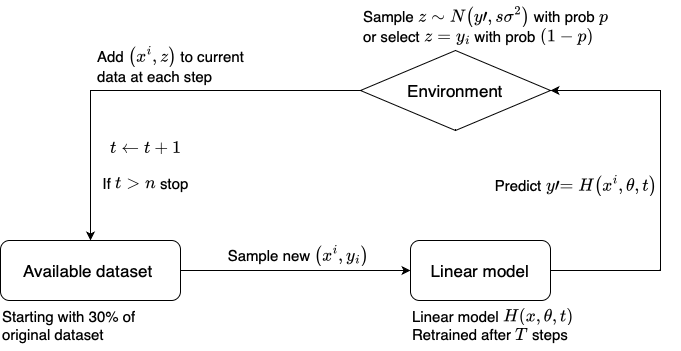
intsystems/Veprikov-BS-Thesis keeps this draw.io diagram as paper/M1P_Vepricov/pictures/Hidden_loop.png. Above is the earlier version. Source tidied: cells renumbered, new cells last; positions are measured from the earlier drawing's top-left corner, leaving out a move shared by most shapes. Its diagram source:
```xml
<mxGraphModel math="1">
  <root>
    <mxCell id="0" />
    <mxCell id="1" parent="0" />
    <mxCell id="2" style="edgeStyle=orthogonalEdgeStyle;rounded=0;jettySize=auto;html=1;exitX=1;exitY=0.5;exitDx=0;exitDy=0;entryX=0;entryY=0.5;entryDx=0;entryDy=0;" parent="1" edge="1" source="3" target="7">
      <mxGeometry relative="1" as="geometry" />
    </mxCell>
    <mxCell id="3" value="&lt;font style=&quot;font-size: 17px;&quot;&gt;Available dataset&amp;nbsp;&lt;/font&gt;" style="rounded=1;whiteSpace=wrap;html=1;" parent="1" vertex="1">
      <mxGeometry y="240" width="180" height="60" as="geometry" />
    </mxCell>
    <mxCell id="4" value="&lt;font style=&quot;font-size: 15px;&quot;&gt;Starting with 30% of&lt;br&gt;original dataset&lt;/font&gt;" style="text;html=1;align=left;verticalAlign=middle;strokeColor=none;fillColor=none;" parent="1" vertex="1">
      <mxGeometry y="300" width="160" height="50" as="geometry" />
    </mxCell>
    <mxCell id="5" value="&lt;font style=&quot;font-size: 15px;&quot;&gt;Sample new `(x^i, y_i)`&amp;nbsp;&lt;/font&gt;" style="text;html=1;align=center;verticalAlign=middle;strokeColor=none;fillColor=none;" parent="1" vertex="1">
      <mxGeometry x="210" y="240" width="180" height="30" as="geometry" />
    </mxCell>
    <mxCell id="6" style="edgeStyle=orthogonalEdgeStyle;rounded=0;jettySize=auto;html=1;exitX=1;exitY=0.5;exitDx=0;exitDy=0;entryX=1;entryY=0.5;entryDx=0;entryDy=0;" parent="1" edge="1" source="7" target="10">
      <mxGeometry relative="1" as="geometry">
        <Array as="points">
          <mxPoint x="660" y="270" />
          <mxPoint x="660" y="90" />
        </Array>
      </mxGeometry>
    </mxCell>
    <mxCell id="7" value="&lt;font style=&quot;font-size: 17px;&quot;&gt;Linear model&lt;/font&gt;" style="rounded=1;whiteSpace=wrap;html=1;" parent="1" vertex="1">
      <mxGeometry x="410" y="240" width="140" height="60" as="geometry" />
    </mxCell>
    <mxCell id="8" value="&lt;font style=&quot;font-size: 15px;&quot;&gt;Predict `y' = H(x^i, \theta, t)`&lt;br&gt;&lt;/font&gt;" style="text;html=1;align=center;verticalAlign=middle;strokeColor=none;fillColor=none;" parent="1" vertex="1">
      <mxGeometry x="470" y="170" width="210" height="30" as="geometry" />
    </mxCell>
    <mxCell id="9" style="edgeStyle=orthogonalEdgeStyle;rounded=0;jettySize=auto;html=1;exitX=0;exitY=0.5;exitDx=0;exitDy=0;" parent="1" edge="1" source="10">
      <mxGeometry relative="1" as="geometry">
        <mxPoint x="90" y="240" as="targetPoint" />
        <Array as="points">
          <mxPoint x="90" y="90" />
          <mxPoint x="90" y="240" />
        </Array>
      </mxGeometry>
    </mxCell>
    <mxCell id="10" value="&lt;font style=&quot;font-size: 17px;&quot;&gt;Environment&lt;/font&gt;" style="rhombus;whiteSpace=wrap;html=1;" parent="1" vertex="1">
      <mxGeometry x="360" y="50" width="190" height="80" as="geometry" />
    </mxCell>
    <mxCell id="11" value="&lt;font style=&quot;font-size: 15px;&quot;&gt;Sample `z \sim N(y', s \sigma^2)` with prob `p`&lt;br&gt;&lt;/font&gt;&lt;div style=&quot;text-align: left; font-size: 15px;&quot;&gt;&lt;font style=&quot;font-size: 15px;&quot;&gt;or select `z = y_i` with prob `(1-p)`&lt;/font&gt;&lt;/div&gt;" style="text;html=1;align=center;verticalAlign=middle;strokeColor=none;fillColor=none;" parent="1" vertex="1">
      <mxGeometry x="320" width="330" height="50" as="geometry" />
    </mxCell>
    <mxCell id="12" value="&lt;font style=&quot;font-size: 15px;&quot;&gt;Add `(x^i, z)` to current&lt;br&gt;&lt;/font&gt;&lt;div style=&quot;text-align: left; font-size: 15px;&quot;&gt;&lt;font style=&quot;font-size: 15px;&quot;&gt;data at each step&lt;/font&gt;&lt;/div&gt;" style="text;html=1;align=center;verticalAlign=middle;strokeColor=none;fillColor=none;" parent="1" vertex="1">
      <mxGeometry x="80" y="40" width="180" height="50" as="geometry" />
    </mxCell>
    <mxCell id="13" value="&lt;font style=&quot;font-size: 15px;&quot;&gt;Linear model `H(x, \theta, t)`&lt;br&gt;&lt;/font&gt;&lt;div style=&quot;font-size: 15px;&quot;&gt;&lt;font style=&quot;font-size: 15px;&quot;&gt;Retrained after `T` steps&amp;nbsp;&lt;/font&gt;&lt;/div&gt;" style="text;html=1;align=left;verticalAlign=middle;strokeColor=none;fillColor=none;" parent="1" vertex="1">
      <mxGeometry x="410" y="300" width="210" height="50" as="geometry" />
    </mxCell>
    <mxCell id="14" value="&lt;font style=&quot;font-size: 15px;&quot;&gt;`t \leftarrow t+1`&lt;br&gt;&lt;br&gt;If `t &amp;gt; n` stop&lt;br&gt;&lt;/font&gt;" style="text;html=1;align=center;verticalAlign=middle;strokeColor=none;fillColor=none;" parent="1" vertex="1">
      <mxGeometry x="80" y="130" width="130" height="70" as="geometry" />
    </mxCell>
  </root>
</mxGraphModel>
```
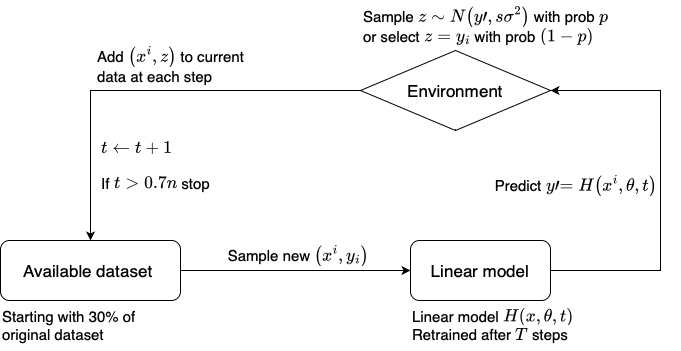
After the change.

Change to the diagram source:
```diff
@@ -49,8 +49,8 @@
     <mxCell id="13" value="&lt;font style=&quot;font-size: 15px;&quot;&gt;Linear model `H(x, \theta, t)`&lt;br&gt;&lt;/font&gt;&lt;div style=&quot;font-size: 15px;&quot;&gt;&lt;font style=&quot;font-size: 15px;&quot;&gt;Retrained after `T` steps&amp;nbsp;&lt;/font&gt;&lt;/div&gt;" style="text;html=1;align=left;verticalAlign=middle;strokeColor=none;fillColor=none;" parent="1" vertex="1">
       <mxGeometry x="410" y="300" width="210" height="50" as="geometry" />
     </mxCell>
-    <mxCell id="14" value="&lt;font style=&quot;font-size: 15px;&quot;&gt;`t \leftarrow t+1`&lt;br&gt;&lt;br&gt;If `t &amp;gt; n` stop&lt;br&gt;&lt;/font&gt;" style="text;html=1;align=center;verticalAlign=middle;strokeColor=none;fillColor=none;" parent="1" vertex="1">
-      <mxGeometry x="80" y="130" width="130" height="70" as="geometry" />
+    <mxCell id="14" value="&lt;div style=&quot;text-align: left;&quot;&gt;&lt;span style=&quot;font-size: 15px;&quot;&gt;`t \leftarrow t+1`&lt;/span&gt;&lt;/div&gt;&lt;font&gt;&lt;div style=&quot;&quot;&gt;&lt;span style=&quot;font-size: 15px;&quot;&gt;&lt;br&gt;&lt;/span&gt;&lt;/div&gt;&lt;span style=&quot;font-size: 15px;&quot;&gt;&lt;div style=&quot;text-align: left;&quot;&gt;If `t &amp;gt; 0.7n` stop&lt;/div&gt;&lt;/span&gt;&lt;/font&gt;" style="text;html=1;align=center;verticalAlign=middle;strokeColor=none;fillColor=none;" parent="1" vertex="1">
+      <mxGeometry x="90" y="130" width="130" height="70" as="geometry" />
     </mxCell>
   </root>
 </mxGraphModel>
```
